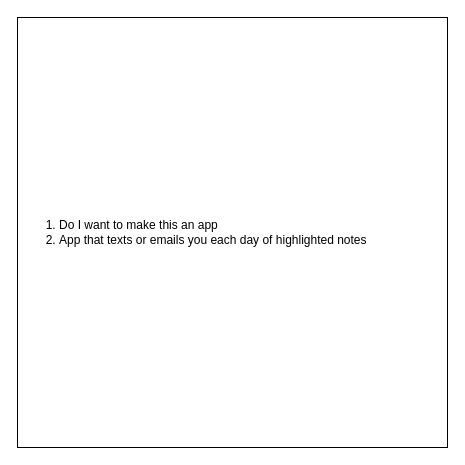
Above: page "Ideas" (2 of 3) of brainstorm.drawio in Mckennat33/kindle-notes-app (draw.io), before the change. Source tidied: cells renumbered, new cells numbered last; positions are measured from the earlier drawing's top-left corner, leaving out a move shared by most shapes. Both pictures are drawn from the tidied source at 100%, with x=0, y=0 at pixel (17, 17).
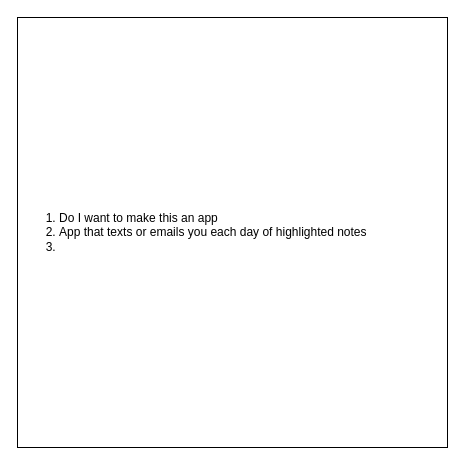
After the change.

What changed in the source:
```diff
@@
 <mxGraphModel>
   <root>
     <mxCell id="0" />
     <mxCell id="1" parent="0" />
-    <mxCell id="2" value="&lt;ol&gt;&lt;li&gt;Do I want to make this an app&amp;nbsp;&lt;/li&gt;&lt;li&gt;App that texts or emails you each day of highlighted notes&lt;/li&gt;&lt;/ol&gt;" style="whiteSpace=wrap;html=1;align=left;" parent="1" vertex="1">
+    <mxCell id="2" value="&lt;ol&gt;&lt;li&gt;Do I want to make this an app&amp;nbsp;&lt;/li&gt;&lt;li&gt;App that texts or emails you each day of highlighted notes&lt;/li&gt;&lt;li&gt;&lt;br&gt;&lt;/li&gt;&lt;/ol&gt;" style="whiteSpace=wrap;html=1;align=left;" parent="1" vertex="1">
       <mxGeometry width="430" height="430" as="geometry" />
     </mxCell>
   </root>
 </mxGraphModel>
```
